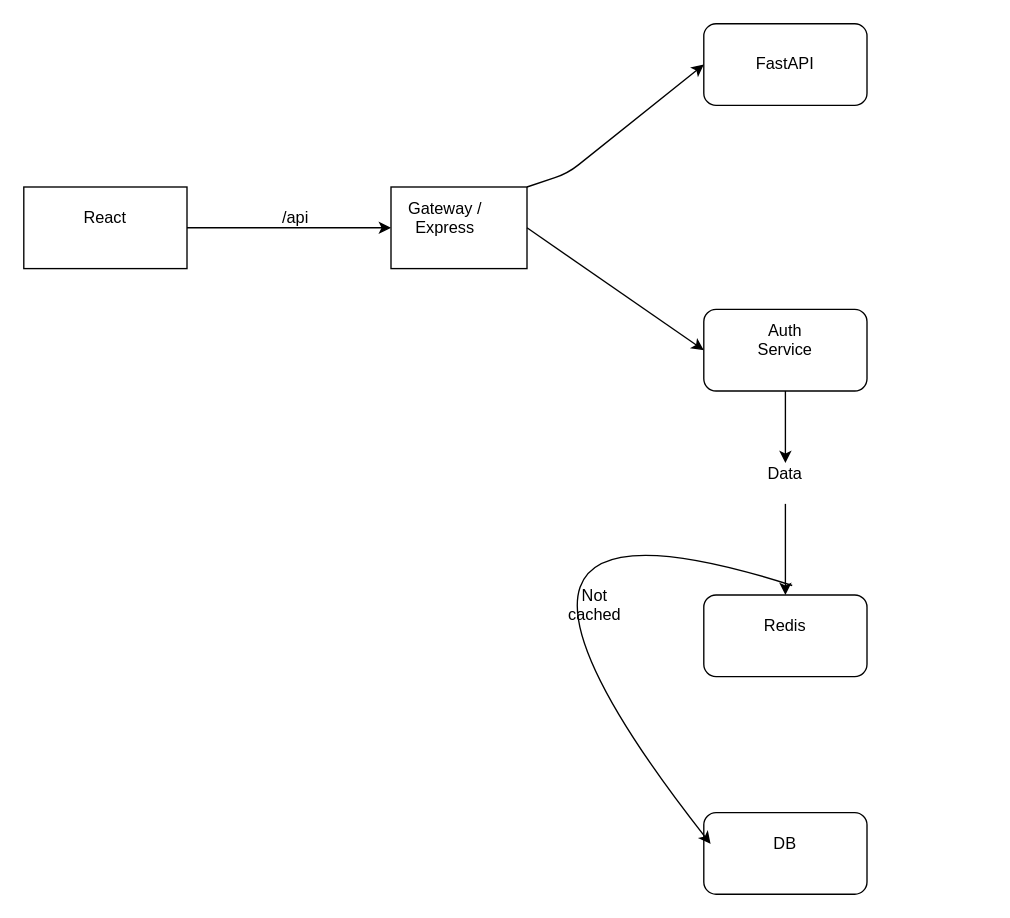
Before: Diagram.drawio in abt-bara/LinkedIn-Profile-Rating, a draw.io diagram. Source tidied: cells renumbered, new cells numbered last; positions are measured from the earlier drawing's top-left corner, leaving out a move shared by most shapes. Both pictures are drawn from the tidied source at 136%, with x=0, y=0 at pixel (23, 23).
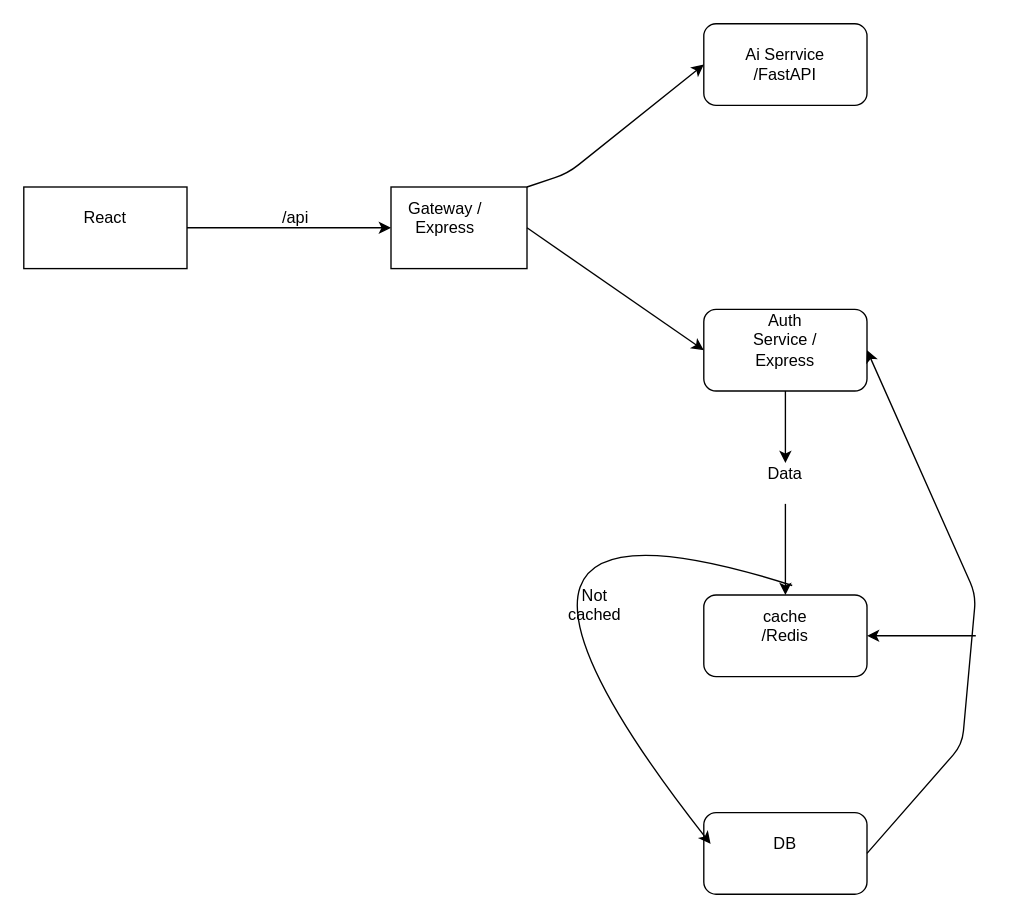
The same diagram, later.

The change refers to these unchanged cells:
```xml
<mxCell id="9" style="rounded=1;whiteSpace=wrap;html=1;roundedPerimeter=1;" parent="1" vertex="1">
  <mxGeometry x="500" y="210" width="120" height="60" as="geometry" />
</mxCell>
<mxCell id="10" style="rounded=1;whiteSpace=wrap;html=1;roundedPerimeter=1;" parent="1" vertex="1">
  <mxGeometry x="500" y="420" width="120" height="60" as="geometry" />
</mxCell>
```

Change to the diagram source:
```diff
@@
-    <mxCell id="14" value="FastAPI" style="text;html=1;whiteSpace=wrap;strokeColor=none;fillColor=none;align=center;verticalAlign=middle;rounded=0;" parent="1" vertex="1">
+    <mxCell id="14" value="Ai Serrvice /FastAPI" style="text;html=1;whiteSpace=wrap;strokeColor=none;fillColor=none;align=center;verticalAlign=middle;rounded=0;" parent="1" vertex="1">
       <mxGeometry x="530" y="15" width="60" height="30" as="geometry" />
     </mxCell>
-    <mxCell id="15" value="Auth Service&lt;div&gt;&lt;br&gt;&lt;/div&gt;" style="text;html=1;whiteSpace=wrap;strokeColor=none;fillColor=none;align=center;verticalAlign=middle;rounded=0;" parent="1" vertex="1">
+    <mxCell id="15" value="Auth Service / Express&lt;div&gt;&lt;br&gt;&lt;/div&gt;" style="text;html=1;whiteSpace=wrap;strokeColor=none;fillColor=none;align=center;verticalAlign=middle;rounded=0;" parent="1" vertex="1">
       <mxGeometry x="530" y="225" width="60" height="30" as="geometry" />
     </mxCell>
@@
-    <mxCell id="19" value="Redis&lt;div&gt;&lt;br&gt;&lt;/div&gt;" style="text;html=1;whiteSpace=wrap;strokeColor=none;fillColor=none;align=center;verticalAlign=middle;rounded=0;" parent="1" vertex="1">
+    <mxCell id="19" value="cache&lt;div&gt;/Redis&lt;div&gt;&lt;br&gt;&lt;/div&gt;&lt;/div&gt;" style="text;html=1;whiteSpace=wrap;strokeColor=none;fillColor=none;align=center;verticalAlign=middle;rounded=0;" parent="1" vertex="1">
       <mxGeometry x="530" y="435" width="60" height="30" as="geometry" />
     </mxCell>
@@
+    <mxCell id="23" style="endArrow=classic;html=1;entryX=1;entryY=0.5;entryDx=0;entryDy=0;" parent="1" edge="1" target="9">
+      <mxGeometry relative="1" as="geometry">
+        <mxPoint x="620" y="610" as="sourcePoint" />
+        <Array as="points">
+          <mxPoint x="690" y="530" />
+          <mxPoint x="700" y="420" />
+        </Array>
+      </mxGeometry>
+    </mxCell>
+    <mxCell id="24" style="endArrow=classic;html=1;entryX=1;entryY=0.5;entryDx=0;entryDy=0;" parent="1" edge="1" target="10">
+      <mxGeometry relative="1" as="geometry">
+        <mxPoint x="700" y="450" as="sourcePoint" />
+      </mxGeometry>
+    </mxCell>
```
